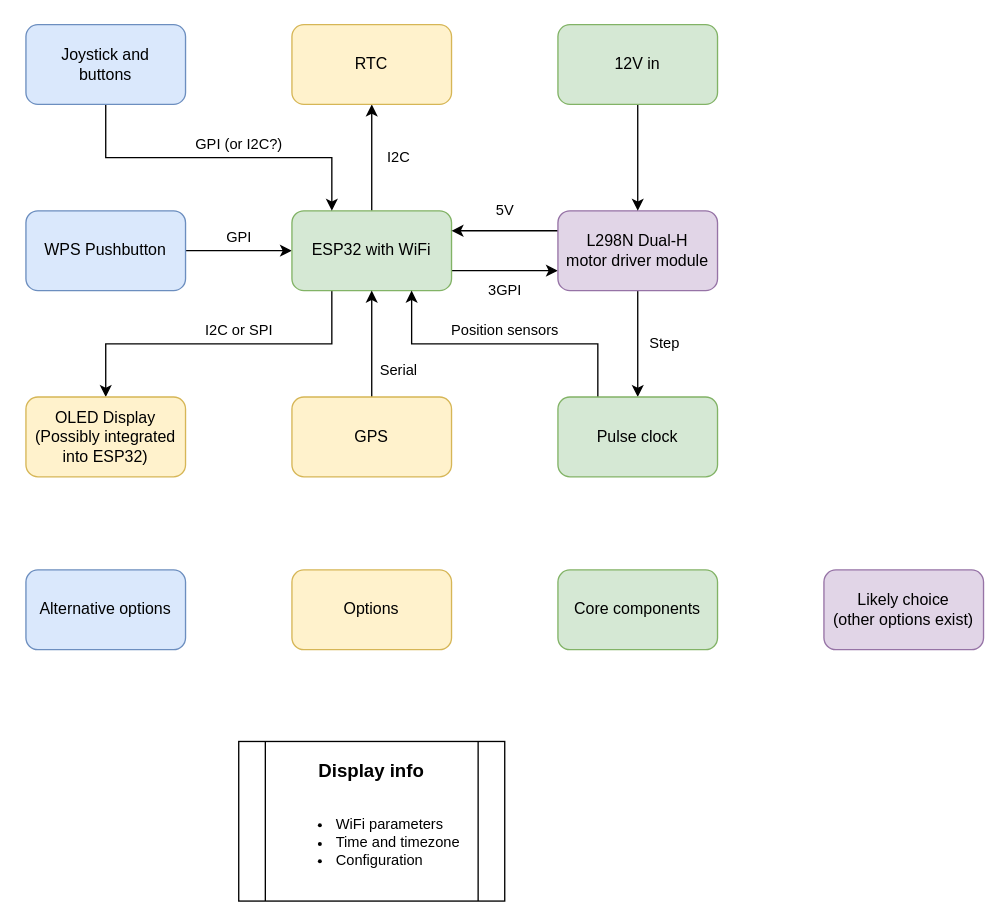
MikeEllis-T67M/DGclock keeps this draw.io diagram as page "Block diagram" (1 of 4) of PulseClock block diagram.drawio. Above is the earlier version. Source tidied: cells renumbered, new cells numbered last; positions are measured from the earlier drawing's top-left corner, leaving out a move shared by most shapes. Both pictures are drawn from the tidied source at 133%, with x=0, y=0 at pixel (25, 24).
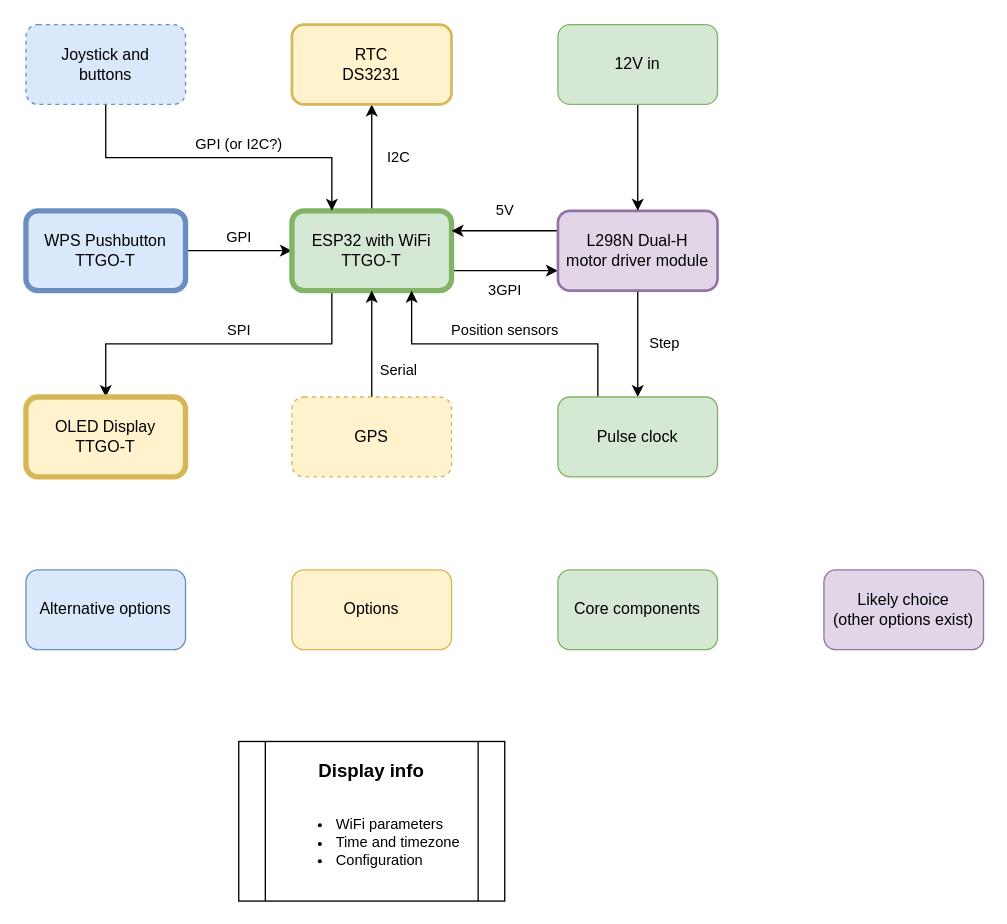
After the change.

Commit message (it also covers changes not shown here):
Next level of design

Updated the list of open questions, and started on flowchart of the main code

The edit, as a diff of the source:
```diff
@@
-    <mxCell id="4" value="I2C or SPI" style="edgeStyle=orthogonalEdgeStyle;rounded=0;jettySize=auto;html=1;exitX=0.25;exitY=1;exitDx=0;exitDy=0;entryX=0.5;entryY=0;entryDx=0;entryDy=0;" parent="1" edge="1" source="6" target="10">
+    <mxCell id="4" value="SPI" style="edgeStyle=orthogonalEdgeStyle;rounded=0;jettySize=auto;html=1;exitX=0.25;exitY=1;exitDx=0;exitDy=0;entryX=0.5;entryY=0;entryDx=0;entryDy=0;" parent="1" edge="1" source="6" target="10">
       <mxGeometry x="-0.12" y="-10" relative="1" as="geometry" />
     </mxCell>
@@
-    <mxCell id="6" value="ESP32 with WiFi" style="rounded=1;whiteSpace=wrap;html=1;fillColor=#d5e8d4;strokeColor=#82b366;" parent="1" vertex="1">
+    <mxCell id="6" value="ESP32 with WiFi&lt;br&gt;TTGO-T" style="rounded=1;whiteSpace=wrap;html=1;fillColor=#d5e8d4;strokeColor=#82b366;strokeWidth=4;" parent="1" vertex="1">
       <mxGeometry x="200" y="140" width="120" height="60" as="geometry" />
     </mxCell>
@@
-    <mxCell id="8" value="WPS Pushbutton" style="rounded=1;whiteSpace=wrap;html=1;fillColor=#dae8fc;strokeColor=#6c8ebf;" parent="1" vertex="1">
+    <mxCell id="8" value="WPS Pushbutton&lt;br&gt;TTGO-T" style="rounded=1;whiteSpace=wrap;html=1;fillColor=#dae8fc;strokeColor=#6c8ebf;strokeWidth=4;" parent="1" vertex="1">
       <mxGeometry y="140" width="120" height="60" as="geometry" />
     </mxCell>
-    <mxCell id="9" value="Joystick and &lt;br&gt;buttons" style="rounded=1;whiteSpace=wrap;html=1;fillColor=#dae8fc;strokeColor=#6c8ebf;" parent="1" vertex="1">
+    <mxCell id="9" value="Joystick and &lt;br&gt;buttons" style="rounded=1;whiteSpace=wrap;html=1;fillColor=#dae8fc;strokeColor=#6c8ebf;dashed=1;" parent="1" vertex="1">
       <mxGeometry width="120" height="60" as="geometry" />
     </mxCell>
-    <mxCell id="10" value="OLED Display&lt;br&gt;(Possibly integrated into ESP32)" style="rounded=1;whiteSpace=wrap;html=1;fillColor=#fff2cc;strokeColor=#d6b656;" parent="1" vertex="1">
+    <mxCell id="10" value="OLED Display&lt;br&gt;TTGO-T" style="rounded=1;whiteSpace=wrap;html=1;fillColor=#fff2cc;strokeColor=#d6b656;strokeWidth=4;" parent="1" vertex="1">
       <mxGeometry y="280" width="120" height="60" as="geometry" />
     </mxCell>
-    <mxCell id="11" value="RTC" style="rounded=1;whiteSpace=wrap;html=1;fillColor=#fff2cc;strokeColor=#d6b656;" parent="1" vertex="1">
+    <mxCell id="11" value="RTC&lt;br&gt;DS3231" style="rounded=1;whiteSpace=wrap;html=1;fillColor=#fff2cc;strokeColor=#d6b656;strokeWidth=2;" parent="1" vertex="1">
       <mxGeometry x="200" width="120" height="60" as="geometry" />
     </mxCell>
@@
-    <mxCell id="14" value="L298N Dual-H &lt;br&gt;motor driver module" style="rounded=1;whiteSpace=wrap;html=1;fillColor=#e1d5e7;strokeColor=#9673a6;" parent="1" vertex="1">
+    <mxCell id="14" value="L298N Dual-H &lt;br&gt;motor driver module" style="rounded=1;whiteSpace=wrap;html=1;fillColor=#e1d5e7;strokeColor=#9673a6;strokeWidth=2;" parent="1" vertex="1">
       <mxGeometry x="400" y="140" width="120" height="60" as="geometry" />
     </mxCell>
@@
-    <mxCell id="25" value="GPS" style="rounded=1;whiteSpace=wrap;html=1;fillColor=#fff2cc;strokeColor=#d6b656;" parent="1" vertex="1">
+    <mxCell id="25" value="GPS" style="rounded=1;whiteSpace=wrap;html=1;fillColor=#fff2cc;strokeColor=#d6b656;dashed=1;" parent="1" vertex="1">
       <mxGeometry x="200" y="280" width="120" height="60" as="geometry" />
     </mxCell>
```
